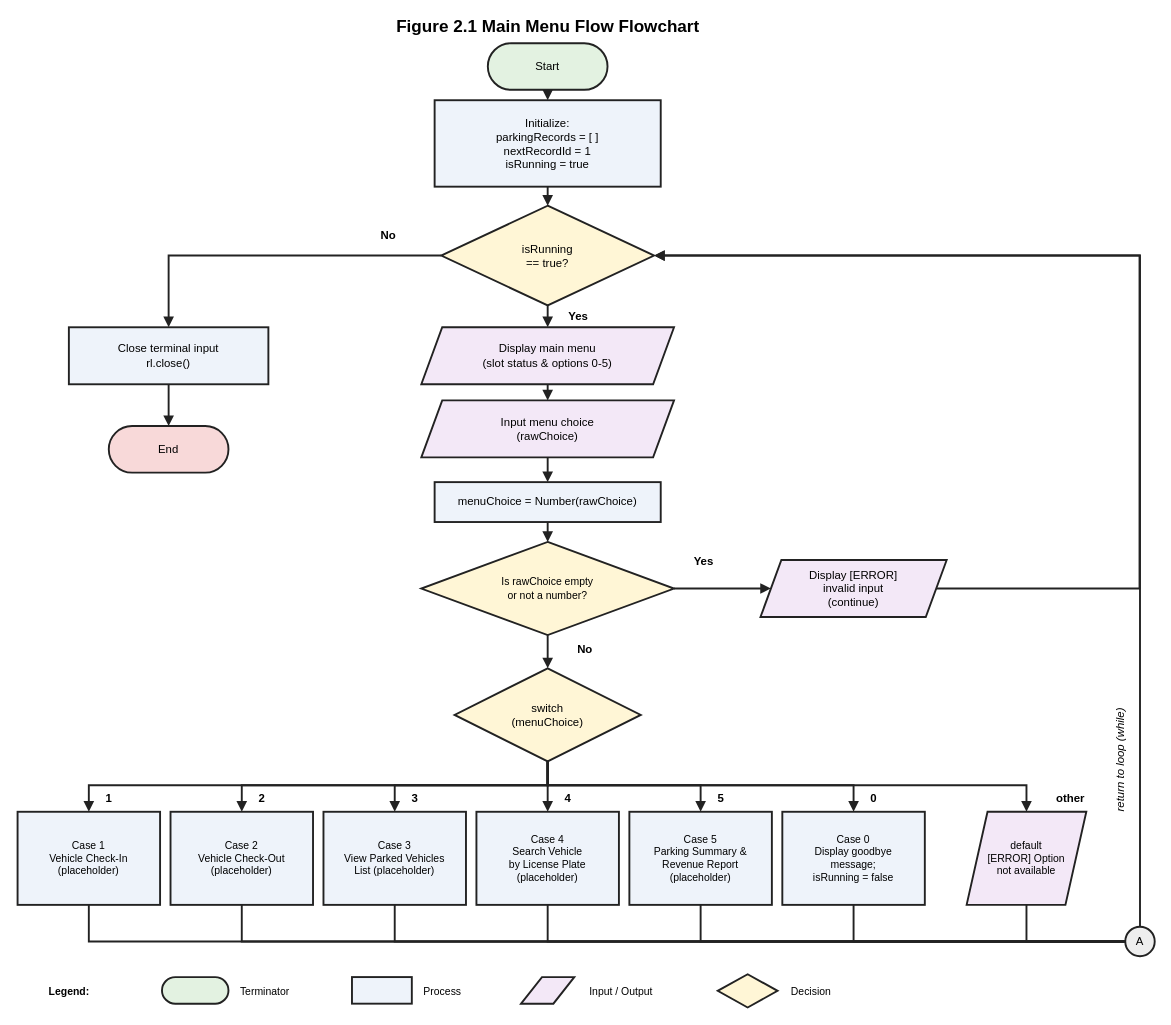
Before: docs/Figure_2.1_Main_Menu_Flowchart.drawio in Corced/parking-system, a draw.io diagram. Source tidied: cells renumbered, new cells numbered last; positions are measured from the earlier drawing's top-left corner, leaving out a move shared by most shapes. Both pictures are drawn from the tidied source at 95%, with x=0, y=0 at pixel (17, 16).
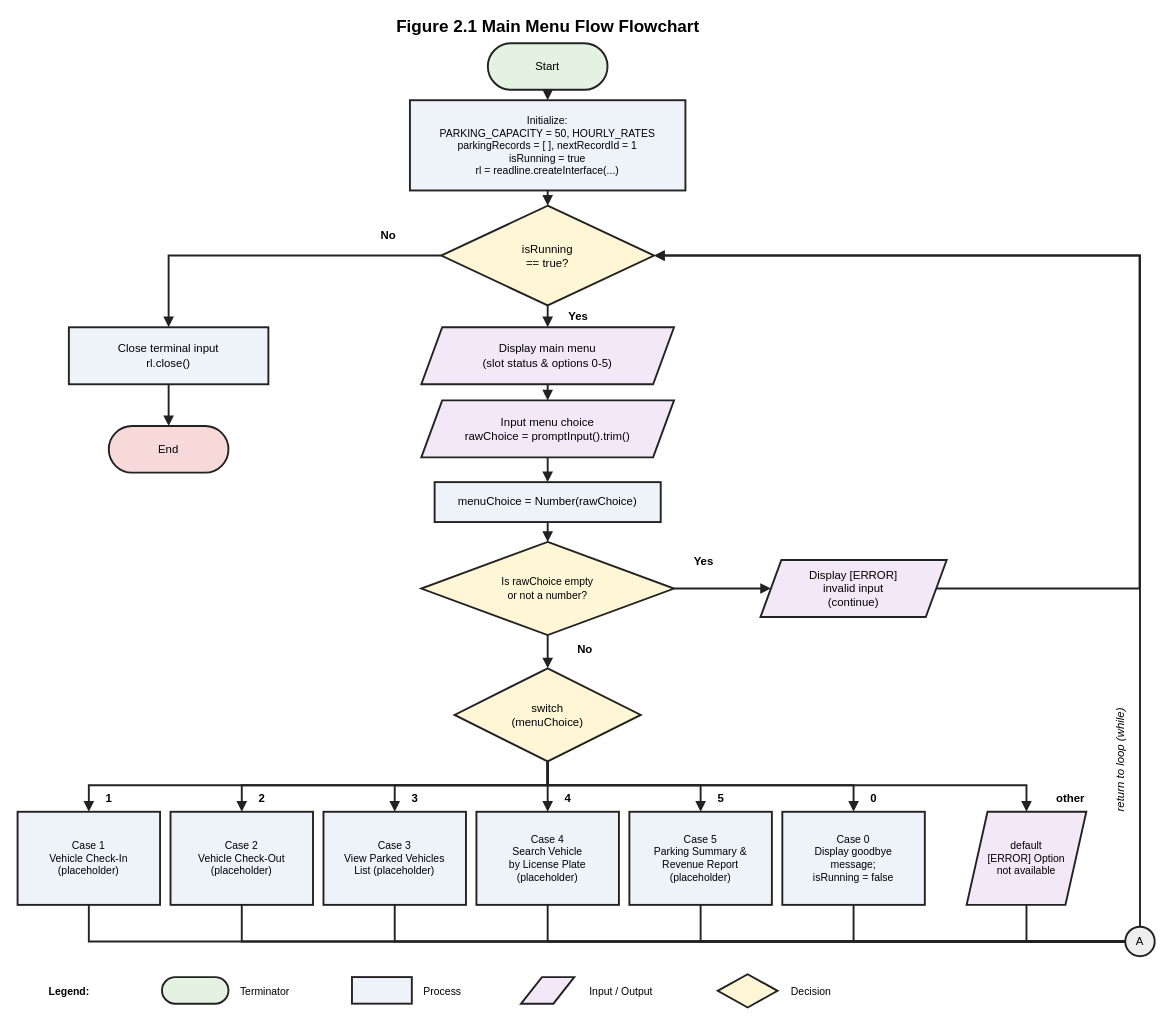
After the change.

Commit message (it also covers changes not shown here):
feat: add parking system core logic and documentation

Diff of the diagram source:
```diff
@@
-    <mxCell id="4" value="Initialize:&lt;br&gt;parkingRecords = [ ]&lt;br&gt;nextRecordId = 1&lt;br&gt;isRunning = true" style="rounded=0;fillColor=#EEF3FA;fontSize=12;strokeColor=#222222;strokeWidth=2;whiteSpace=wrap;html=1;" parent="1" vertex="1">
-      <mxGeometry x="439" y="88" width="238" height="91" as="geometry" />
+    <mxCell id="4" value="Initialize:&lt;br&gt;PARKING_CAPACITY = 50, HOURLY_RATES&lt;br&gt;parkingRecords = [ ], nextRecordId = 1&lt;br&gt;isRunning = true&lt;br&gt;rl = readline.createInterface(...)" style="rounded=0;fillColor=#EEF3FA;fontSize=11;strokeColor=#222222;strokeWidth=2;whiteSpace=wrap;html=1;" parent="1" vertex="1">
+      <mxGeometry x="413" y="88" width="290" height="95" as="geometry" />
     </mxCell>
@@
-    <mxCell id="7" value="Input menu choice&lt;br&gt;(rawChoice)" style="shape=parallelogram;perimeter=parallelogramPerimeter;fixedSize=1;size=22;fillColor=#F3E8F7;fontSize=12;strokeColor=#222222;strokeWidth=2;whiteSpace=wrap;html=1;" parent="1" vertex="1">
+    <mxCell id="7" value="Input menu choice&lt;br&gt;rawChoice = promptInput().trim()" style="shape=parallelogram;perimeter=parallelogramPerimeter;fixedSize=1;size=22;fillColor=#F3E8F7;fontSize=12;strokeColor=#222222;strokeWidth=2;whiteSpace=wrap;html=1;" parent="1" vertex="1">
       <mxGeometry x="425" y="404" width="266" height="60" as="geometry" />
     </mxCell>
```
